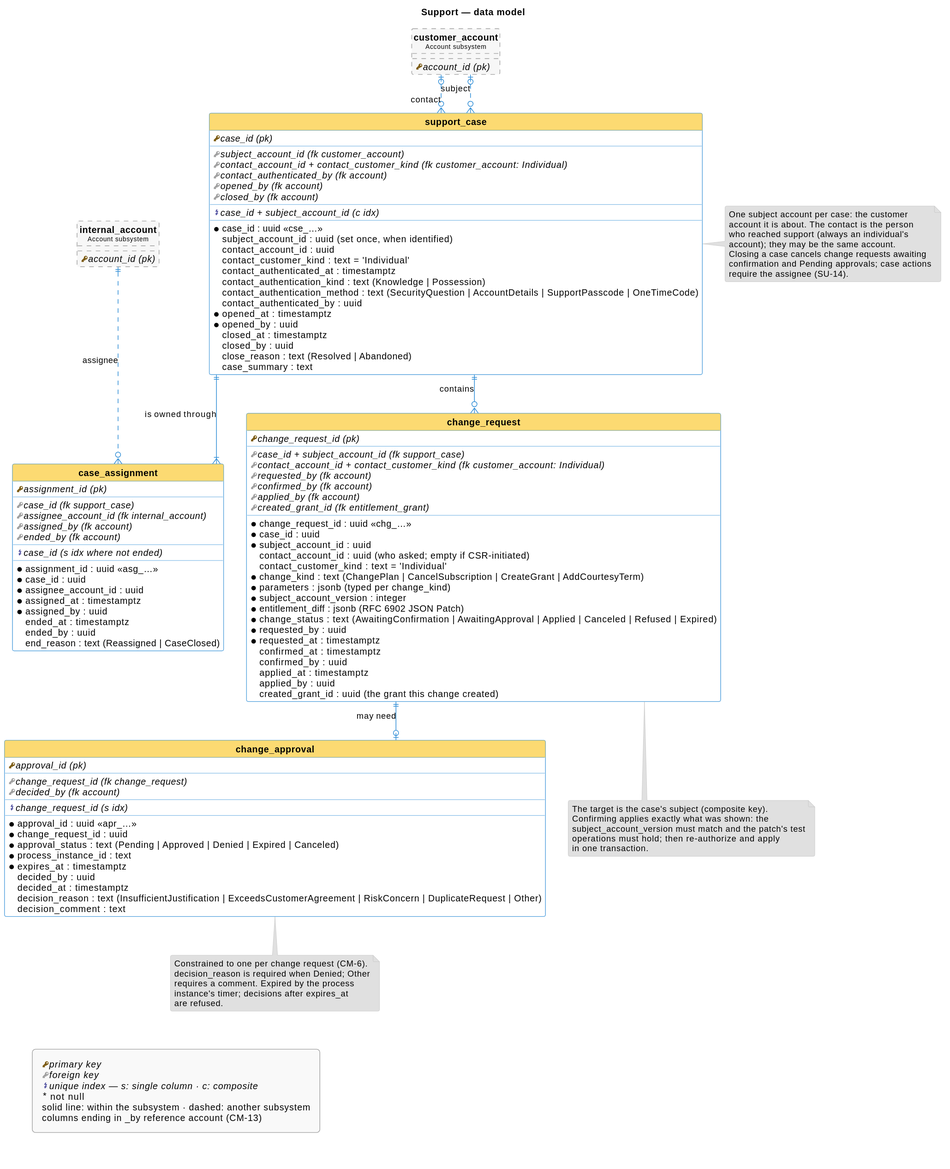
The PlantUML diagram tech-docs/diagrams/support.svg in bitscrafter/entitlement-assistant-lab, before a commit.
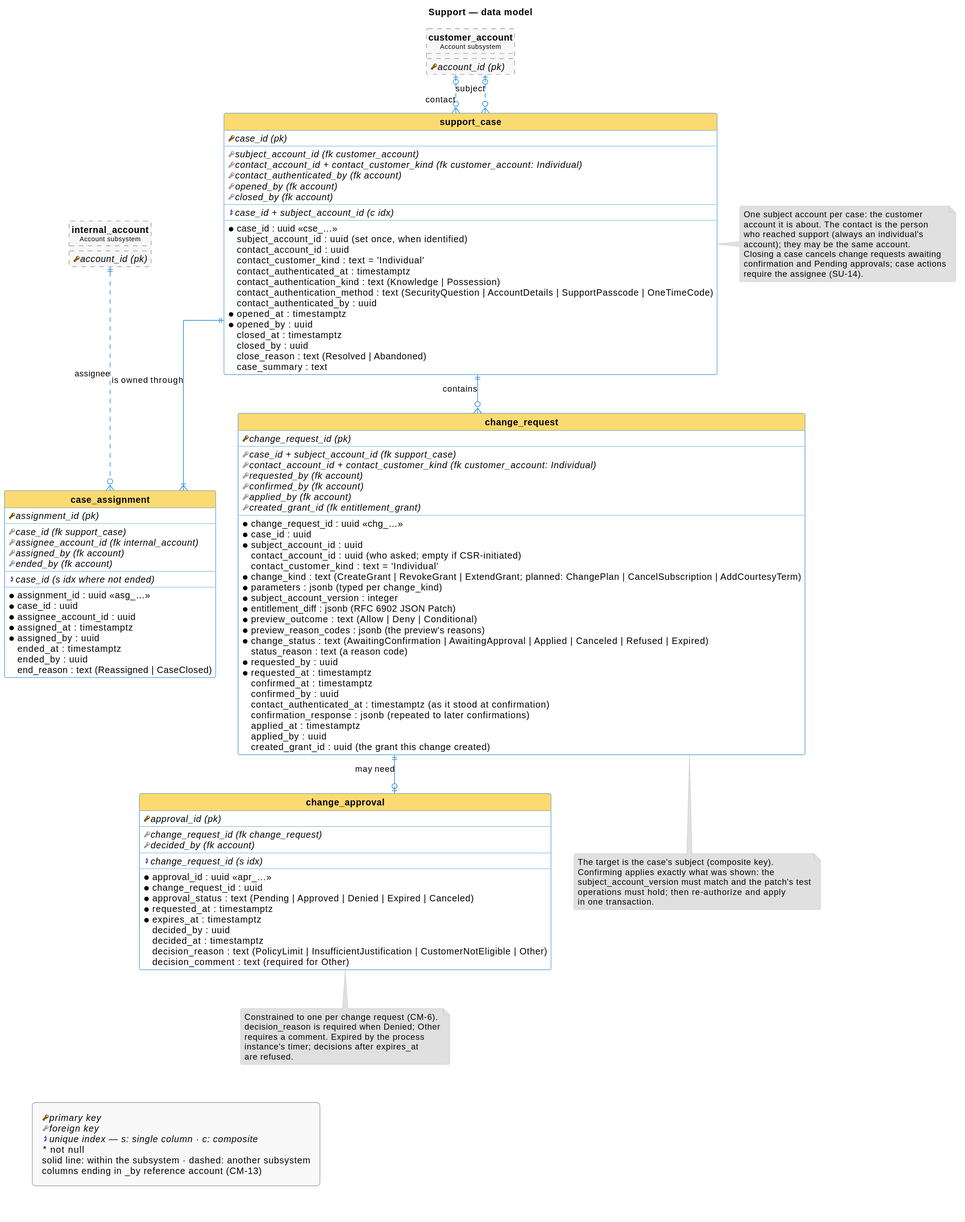
After the change.

What changed in the source:
```diff
@@ -96,15 +96,20 @@
 	* subject_account_id : uuid
 	contact_account_id : uuid (who asked; empty if CSR-initiated)
 	contact_customer_kind : text = 'Individual'
-	* change_kind : text (ChangePlan | CancelSubscription | CreateGrant | AddCourtesyTerm)
+	* change_kind : text (CreateGrant | RevokeGrant | ExtendGrant; planned: ChangePlan | CancelSubscription | AddCourtesyTerm)
 	* parameters : jsonb (typed per change_kind)
 	* subject_account_version : integer
 	* entitlement_diff : jsonb (RFC 6902 JSON Patch)
+	* preview_outcome : text (Allow | Deny | Conditional)
+	* preview_reason_codes : jsonb (the preview's reasons)
 	* change_status : text (AwaitingConfirmation | AwaitingApproval | Applied | Canceled | Refused | Expired)
+	status_reason : text (a reason code)
 	* requested_by : uuid
 	* requested_at : timestamptz
 	confirmed_at : timestamptz
 	confirmed_by : uuid
+	contact_authenticated_at : timestamptz (as it stood at confirmation)
+	confirmation_response : jsonb (repeated to later confirmations)
 	applied_at : timestamptz
 	applied_by : uuid
 	created_grant_id : uuid (the grant this change created)
@@ -121,12 +126,12 @@
 	* approval_id : uuid «apr_…»
 	* change_request_id : uuid
 	* approval_status : text (Pending | Approved | Denied | Expired | Canceled)
-	* process_instance_id : text
+	* requested_at : timestamptz
 	* expires_at : timestamptz
 	decided_by : uuid
 	decided_at : timestamptz
-	decision_reason : text (InsufficientJustification | ExceedsCustomerAgreement | RiskConcern | DuplicateRequest | Other)
-	decision_comment : text
+	decision_reason : text (PolicyLimit | InsufficientJustification | CustomerNotEligible | Other)
+	decision_comment : text (required for Other)
 }
 
 entity "**customer_account**\n<size:10>Account subsystem</size>" as customer_account #F7F7F7 ##[dashed]A0A0A0 {
```
